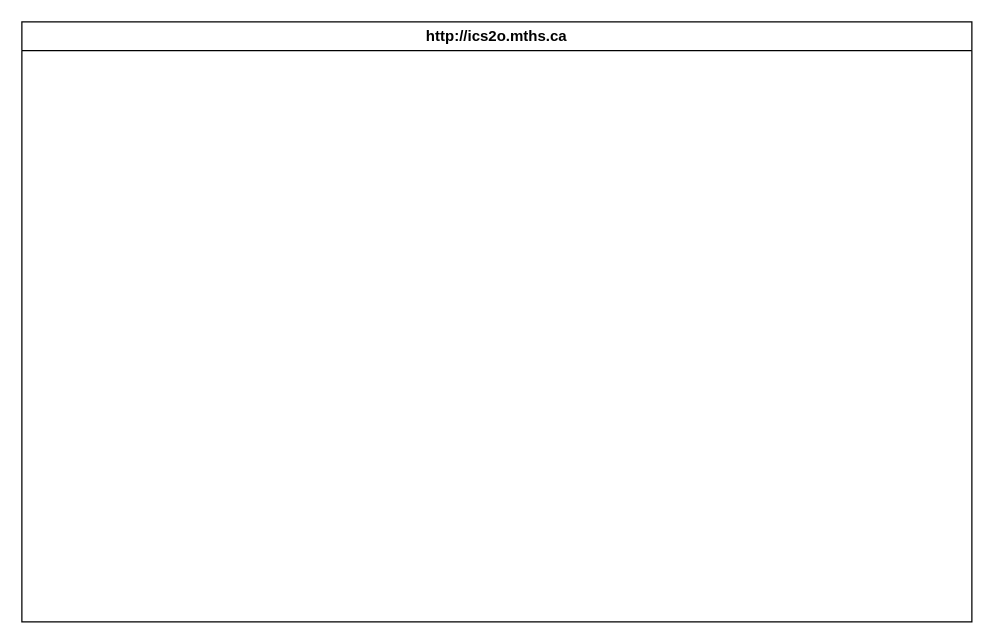
The draw.io diagram design/storyboard.drawio in MTHS-ICD2O-1-2023/ICD2O-Unit-5-02-jinyuzhe-calista-e, before the edit. Source tidied: cells renumbered, new cells numbered last; positions are measured from the earlier drawing's top-left corner, leaving out a move shared by most shapes. Both pictures are drawn from the tidied source at 125%, with x=0, y=0 at pixel (21, 21).
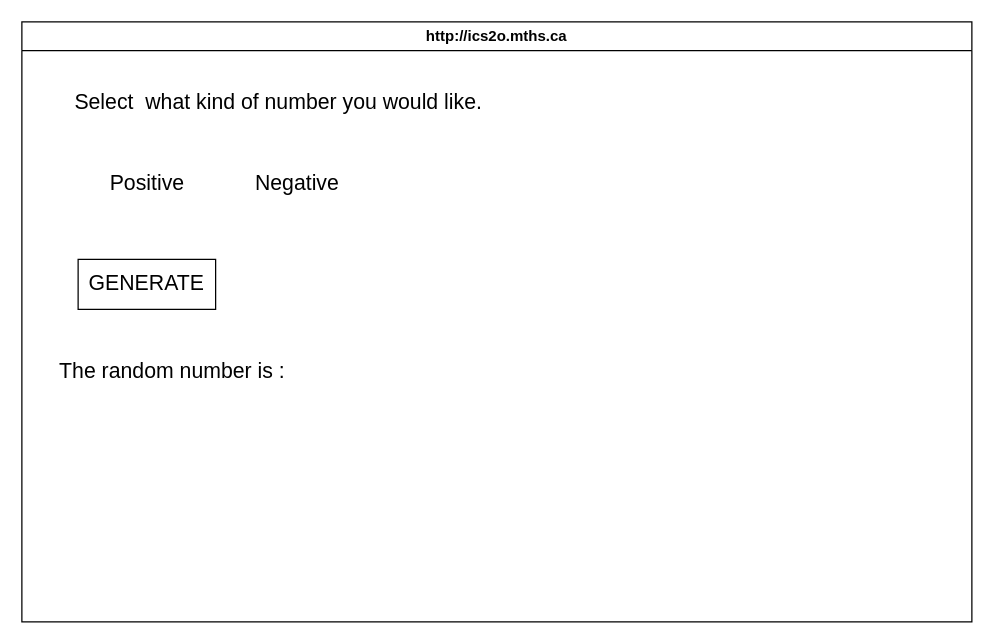
The same page after the edit.

Diff of the diagram source:
```diff
@@
 <mxGraphModel>
   <root>
     <mxCell id="0" />
     <mxCell id="1" parent="0" />
     <mxCell id="2" value="http://ics2o.mths.ca" style="swimlane;whiteSpace=wrap;html=1;" parent="1" vertex="1">
       <mxGeometry width="760" height="480" as="geometry" />
     </mxCell>
+    <mxCell id="3" value="&lt;font style=&quot;font-size: 17px;&quot;&gt;Select&amp;nbsp; what kind of number you would like.&lt;/font&gt;" style="text;html=1;align=center;verticalAlign=middle;strokeColor=none;fillColor=none;" parent="2" vertex="1">
+      <mxGeometry x="30" y="50" width="350" height="30" as="geometry" />
+    </mxCell>
+    <mxCell id="4" value="Positive" style="text;html=1;align=center;verticalAlign=middle;strokeColor=none;fillColor=none;fontSize=17;" parent="2" vertex="1">
+      <mxGeometry x="60" y="115" width="80" height="30" as="geometry" />
+    </mxCell>
+    <mxCell id="5" value="GENERATE" style="whiteSpace=wrap;html=1;fontSize=17;" parent="2" vertex="1">
+      <mxGeometry x="45" y="190" width="110" height="40" as="geometry" />
+    </mxCell>
+    <mxCell id="6" value="The random number is :" style="text;html=1;align=center;verticalAlign=middle;strokeColor=none;fillColor=none;fontSize=17;" parent="2" vertex="1">
+      <mxGeometry x="20" y="265" width="200" height="30" as="geometry" />
+    </mxCell>
+    <mxCell id="7" value="Negative" style="text;html=1;align=center;verticalAlign=middle;strokeColor=none;fillColor=none;fontSize=17;" parent="1" vertex="1">
+      <mxGeometry x="175" y="115" width="90" height="30" as="geometry" />
+    </mxCell>
   </root>
 </mxGraphModel>
```
